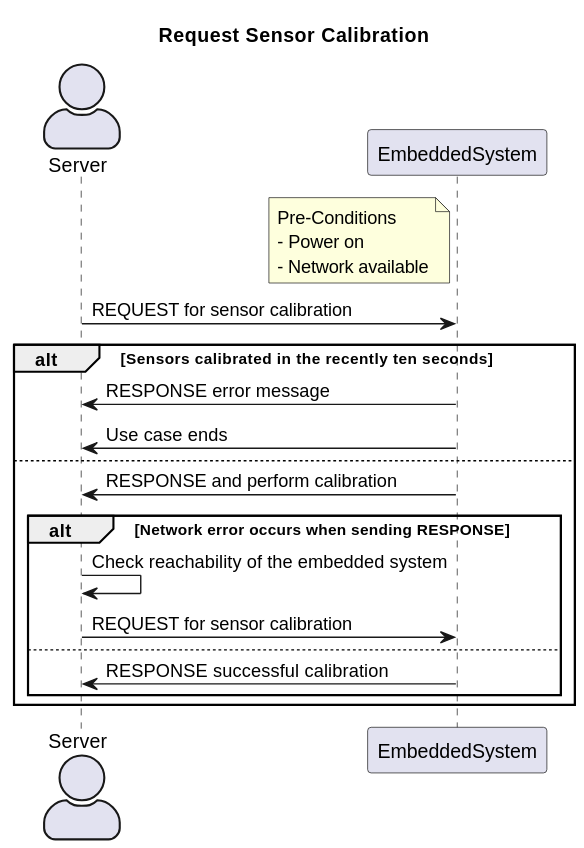
Earlier version of the PlantUML export project/RA/UseCasePack/SequenceDiagram/RequestSensorCalibration.svg (DSD-PIrates/DSD-PIrates.github.io).
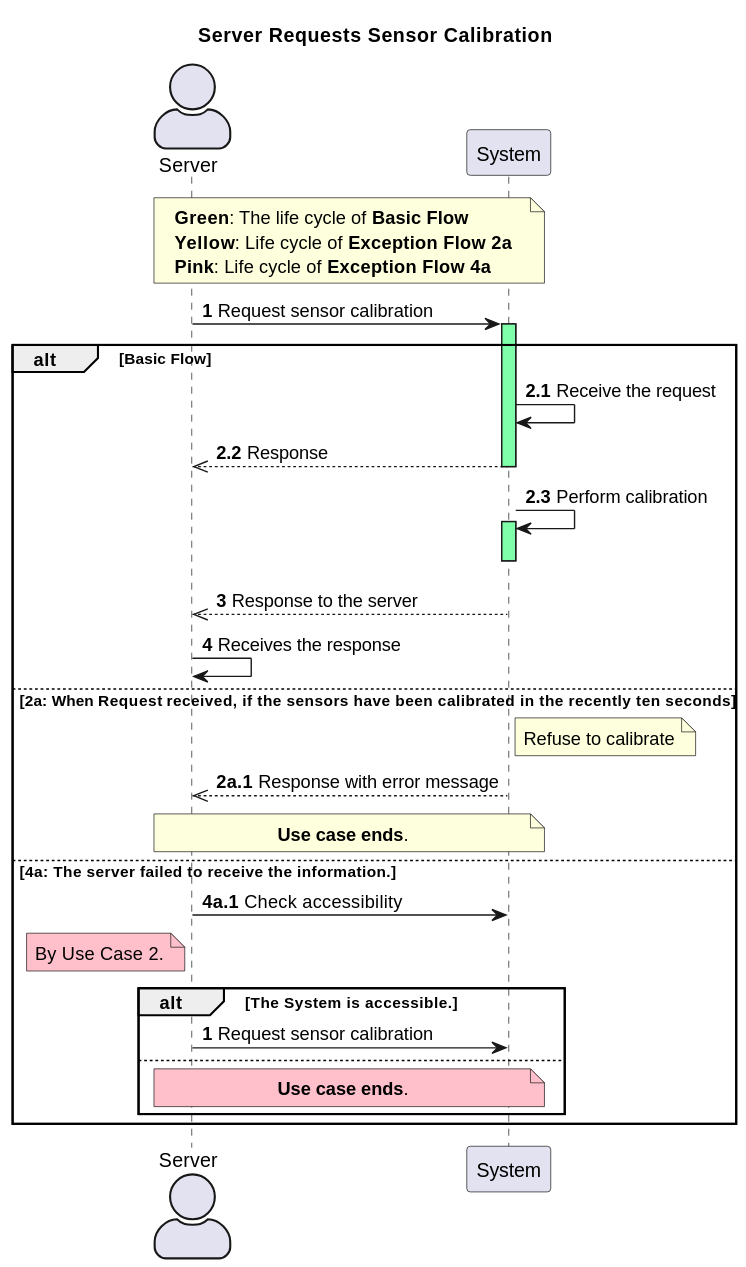
The same diagram one commit later.

Change to the diagram source:
```diff
@@ -1,24 +1,47 @@
 @startuml
-title Request Sensor Calibration
+title Server Requests Sensor Calibration
 skinparam actorStyle awesome
 actor Server
-participant EmbeddedSystem
+participant System
 
-note left of EmbeddedSystem: Pre-Conditions\n- Power on\n- Network available
+note over Server, System
+    **Green**: The life cycle of **Basic Flow**
+    **Yellow**: Life cycle of **Exception Flow 2a**
+    **Pink**: Life cycle of **Exception Flow 4a**
+end note
 
-Server -> EmbeddedSystem: REQUEST for sensor calibration
+Server -> System: **1** Request sensor calibration
+activate System #7FFFAA
+alt Basic Flow
+    System -> System: **2.1** Receive the request
+    System -->> Server: **2.2** Response
+    deactivate System
+    System -> System: **2.3** Perform calibration
+    activate System #7FFFAA
+    deactivate System
+    System -->> Server: **3** Response to the server
 
-    alt Sensors calibrated in the recently ten seconds
-        EmbeddedSystem -> Server: RESPONSE error message
-        Server <- EmbeddedSystem: Use case ends
+    Server -> Server: **4** Receives the response
+
+else 2a: When **Request** received, if the sensors have been calibrated in the recently ten seconds
+    note right of System
+        Refuse to calibrate
+    end note
+    System -->> Server: **2a.1** Response with error message
+    note over System, Server
+        **Use case ends**.
+    end note
+else 4a: The server failed to receive the information.
+    Server -> System: **4a.1** Check accessibility
+    note left of Server #PINK
+        By Use Case 2.
+    end note
+    alt The System is accessible.
+        Server -> System: **1** Request sensor calibration
     else
-        EmbeddedSystem -> Server: RESPONSE and perform calibration
-        alt Network error occurs when sending RESPONSE
-            Server -> Server: Check reachability of the embedded system
-            Server -> EmbeddedSystem: REQUEST for sensor calibration
-        else
-            EmbeddedSystem -> Server: RESPONSE successful calibration
-        end
+        note over System, Server #PINK
+            **Use case ends**.
+        end note
     end
-
+end
 @enduml
```
